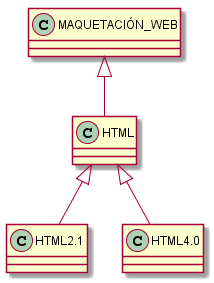
Earlier version of the PlantUML export relman/images/clasMAQUETACIÓN_WEB.png (CodeURJC-DAW-2018-19/santatecla-relaciones-2). Its diagram source:
```plantuml
@startuml
 set namespaceSeparator none
MAQUETACIÓN_WEB <|-- HTML
HTML <|-- HTML2.1
HTML <|-- HTML4.0
@enduml
```
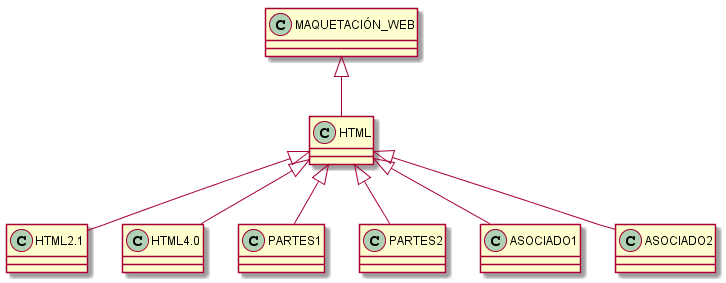
Above is the later version.

What changed in the source:
```diff
@@ -3,4 +3,8 @@
 MAQUETACIÓN_WEB <|-- HTML
 HTML <|-- HTML2.1
 HTML <|-- HTML4.0
+HTML <|-- PARTES1
+HTML <|-- PARTES2
+HTML <|-- ASOCIADO1
+HTML <|-- ASOCIADO2
 @enduml
```
